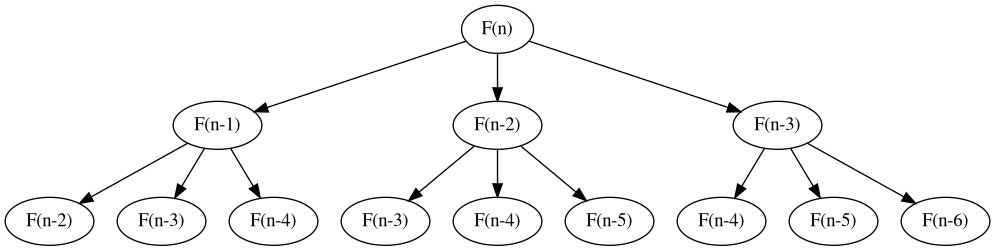
Before: 4-UiS/algorithm-theory/assignment3/fib_daq.png, a diagram exported from Graphviz (teobouvard/study). Its source is kept beside it as 4-UiS/algorithm-theory/assignment3/fib_daq.gv. The source it was exported from:
```dot
 digraph {
    0 [label="F(n)"]
    1 [label="F(n-1)"]
    2 [label="F(n-2)"]
    3 [label="F(n-3)"]

    4 [label="F(n-2)"]
    5 [label="F(n-3)"]
    6 [label="F(n-4)"]

    7 [label="F(n-3)"]
    8 [label="F(n-4)"]
    9 [label="F(n-5)"]

    10 [label="F(n-4)"]
    11 [label="F(n-5)"]
    12 [label="F(n-6)"]

    0 -> 1
    0 -> 2
    0 -> 3

    1 -> 4
    1 -> 5
    1 -> 6

    2 -> 7
    2 -> 8
    2 -> 9

    3 -> 10
    3 -> 11
    3 -> 12
 }
```
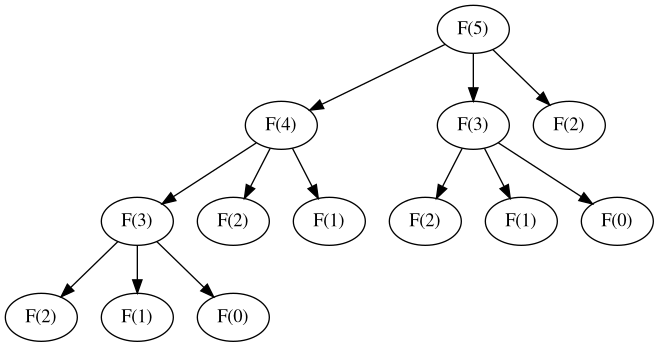
After the change.

Change to the diagram source:
```diff
@@ -1,34 +1,36 @@
  digraph {
-    0 [label="F(n)"]
-    1 [label="F(n-1)"]
-    2 [label="F(n-2)"]
-    3 [label="F(n-3)"]
+   0 [label="F(5)"]
 
-    4 [label="F(n-2)"]
-    5 [label="F(n-3)"]
-    6 [label="F(n-4)"]
+   1 [label="F(4)"]
+   2 [label="F(3)"]
+   3 [label="F(2)"]
 
-    7 [label="F(n-3)"]
-    8 [label="F(n-4)"]
-    9 [label="F(n-5)"]
+   4 [label="F(3)"]
+   5 [label="F(2)"]
+   6 [label="F(1)"]
 
-    10 [label="F(n-4)"]
-    11 [label="F(n-5)"]
-    12 [label="F(n-6)"]
+   7 [label="F(2)"]
+   8 [label="F(1)"]
+   9 [label="F(0)"]
 
-    0 -> 1
-    0 -> 2
-    0 -> 3
+   10 [label="F(2)"]
+   11 [label="F(1)"]
+   12 [label="F(0)"]
 
-    1 -> 4
-    1 -> 5
-    1 -> 6
+   0 -> 1
+   0 -> 2
+   0 -> 3
 
-    2 -> 7
-    2 -> 8
-    2 -> 9
+   1 -> 4
+   1 -> 5
+   1 -> 6
 
-    3 -> 10
-    3 -> 11
-    3 -> 12
+   4 -> 7
+   4 -> 8
+   4 -> 9
+
+   2 -> 10
+   2 -> 11
+   2 -> 12
+
  }
```
